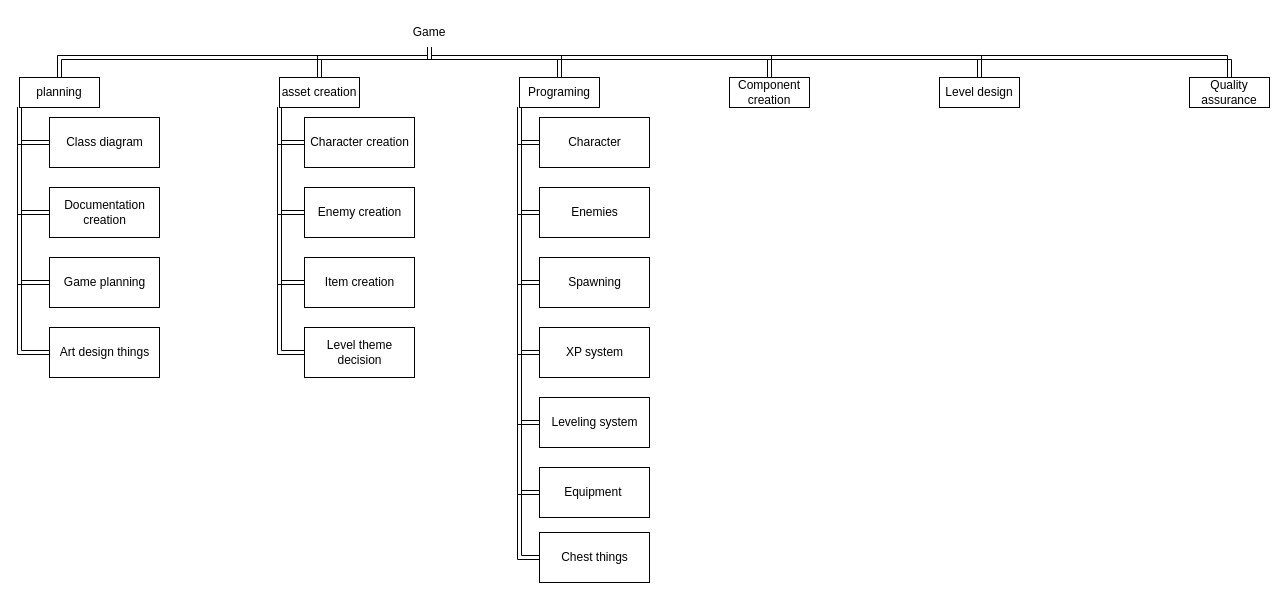
Above: Documentation files/WBS.drawio in Ulibomber1/Middlespace-Survivor (draw.io), before the change. Source tidied: cells renumbered, new cells numbered last; positions are measured from the earlier drawing's top-left corner, leaving out a move shared by most shapes. Both pictures are drawn from the tidied source at 100%, with x=0, y=0 at pixel (19, 17).
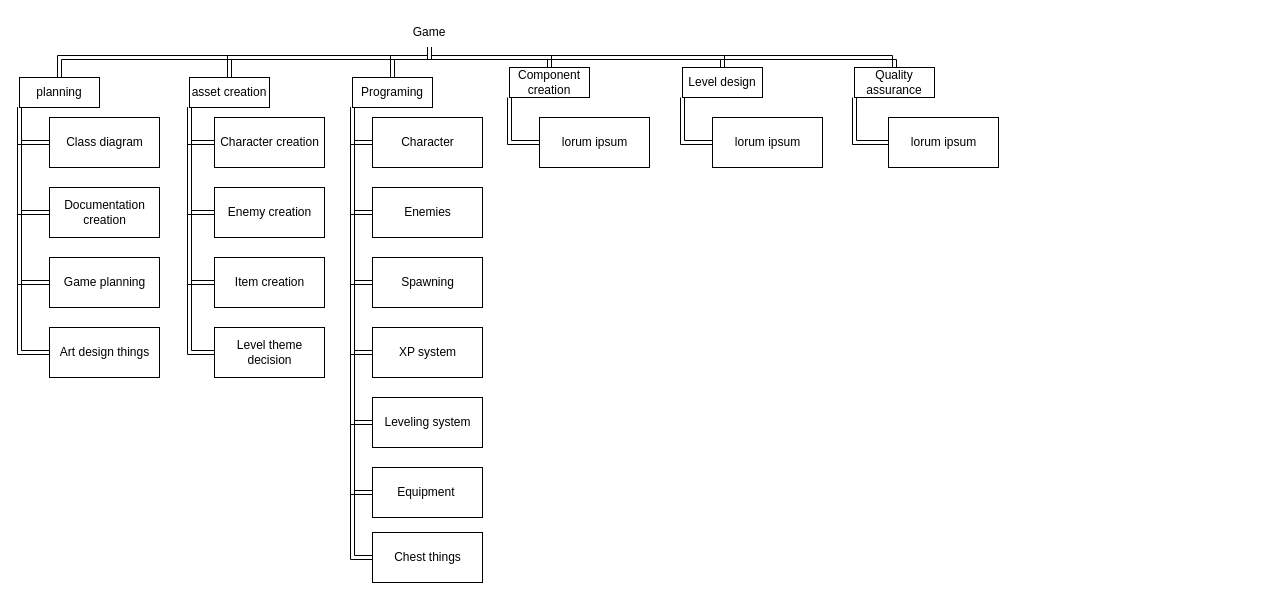
The same diagram, later.

Commit message (it also covers changes not shown here):
made it more compact

Unchanged cells that the change refers to:
```xml
<mxCell id="7" value="Game" style="text;html=1;strokeColor=none;fillColor=none;align=center;verticalAlign=middle;whiteSpace=wrap;rounded=0;" parent="1" vertex="1">
  <mxGeometry x="380" width="60" height="30" as="geometry" />
</mxCell>
```

What changed in the source:
```diff
@@
     <mxCell id="3" style="edgeStyle=orthogonalEdgeStyle;shape=link;rounded=0;jettySize=auto;html=1;exitX=0.5;exitY=1;exitDx=0;exitDy=0;entryX=0.5;entryY=0;entryDx=0;entryDy=0;" parent="1" edge="1" source="7" target="17">
       <mxGeometry relative="1" as="geometry">
         <Array as="points">
           <mxPoint x="410" y="40" />
-          <mxPoint x="300" y="40" />
+          <mxPoint x="210" y="40" />
         </Array>
       </mxGeometry>
     </mxCell>
     <mxCell id="4" style="edgeStyle=orthogonalEdgeStyle;shape=link;rounded=0;jettySize=auto;html=1;exitX=0.5;exitY=1;exitDx=0;exitDy=0;entryX=0.5;entryY=0;entryDx=0;entryDy=0;" parent="1" edge="1" source="7" target="26">
       <mxGeometry relative="1" as="geometry">
         <Array as="points">
           <mxPoint x="410" y="40" />
-          <mxPoint x="750" y="40" />
+          <mxPoint x="530" y="40" />
         </Array>
       </mxGeometry>
     </mxCell>
@@
     <mxCell id="6" style="edgeStyle=orthogonalEdgeStyle;shape=link;rounded=0;jettySize=auto;html=1;exitX=0.5;exitY=1;exitDx=0;exitDy=0;entryX=0.5;entryY=0;entryDx=0;entryDy=0;" parent="1" edge="1" source="7" target="25">
       <mxGeometry relative="1" as="geometry">
         <Array as="points">
           <mxPoint x="410" y="40" />
-          <mxPoint x="540" y="40" />
+          <mxPoint x="373" y="40" />
         </Array>
       </mxGeometry>
     </mxCell>
@@
     <mxCell id="17" value="asset creation" style="rounded=0;whiteSpace=wrap;html=1;" parent="1" vertex="1">
-      <mxGeometry x="260" y="60" width="80" height="30" as="geometry" />
+      <mxGeometry x="170" y="60" width="80" height="30" as="geometry" />
     </mxCell>
@@
     <mxCell id="25" value="Programing" style="rounded=0;whiteSpace=wrap;html=1;" parent="1" vertex="1">
-      <mxGeometry x="500" y="60" width="80" height="30" as="geometry" />
+      <mxGeometry x="333" y="60" width="80" height="30" as="geometry" />
     </mxCell>
+    <mxCell id="45" style="edgeStyle=orthogonalEdgeStyle;shape=link;rounded=0;jettySize=auto;html=1;exitX=0;exitY=1;exitDx=0;exitDy=0;entryX=0;entryY=0.5;entryDx=0;entryDy=0;" parent="1" edge="1" source="26" target="48">
+      <mxGeometry relative="1" as="geometry" />
+    </mxCell>
     <mxCell id="26" value="Component creation" style="rounded=0;whiteSpace=wrap;html=1;" parent="1" vertex="1">
-      <mxGeometry x="710" y="60" width="80" height="30" as="geometry" />
+      <mxGeometry x="490" y="50" width="80" height="30" as="geometry" />
     </mxCell>
+    <mxCell id="46" style="edgeStyle=orthogonalEdgeStyle;shape=link;rounded=0;jettySize=auto;html=1;exitX=0;exitY=1;exitDx=0;exitDy=0;entryX=0;entryY=0.5;entryDx=0;entryDy=0;" parent="1" edge="1" source="27" target="50">
+      <mxGeometry relative="1" as="geometry" />
+    </mxCell>
     <mxCell id="27" value="Quality assurance" style="rounded=0;whiteSpace=wrap;html=1;" parent="1" vertex="1">
-      <mxGeometry x="1170" y="60" width="80" height="30" as="geometry" />
+      <mxGeometry x="835" y="50" width="80" height="30" as="geometry" />
     </mxCell>
     <mxCell id="28" style="edgeStyle=orthogonalEdgeStyle;shape=link;rounded=0;jettySize=auto;html=1;exitX=0.5;exitY=1;exitDx=0;exitDy=0;entryX=0.5;entryY=0;entryDx=0;entryDy=0;endArrow=none;" parent="1" edge="1" source="7" target="29">
       <mxGeometry relative="1" as="geometry">
         <Array as="points">
           <mxPoint x="410" y="40" />
-          <mxPoint x="960" y="40" />
+          <mxPoint x="703" y="40" />
         </Array>
       </mxGeometry>
     </mxCell>
+    <mxCell id="47" style="edgeStyle=orthogonalEdgeStyle;shape=link;rounded=0;jettySize=auto;html=1;exitX=0;exitY=1;exitDx=0;exitDy=0;entryX=0;entryY=0.5;entryDx=0;entryDy=0;" parent="1" edge="1" source="29" target="49">
+      <mxGeometry relative="1" as="geometry" />
+    </mxCell>
     <mxCell id="29" value="Level design" style="rounded=0;whiteSpace=wrap;html=1;" parent="1" vertex="1">
-      <mxGeometry x="920" y="60" width="80" height="30" as="geometry" />
+      <mxGeometry x="663" y="50" width="80" height="30" as="geometry" />
     </mxCell>
@@
     <mxCell id="33" value="Character creation" style="html=1;" parent="1" vertex="1">
-      <mxGeometry x="285" y="100" width="110" height="50" as="geometry" />
+      <mxGeometry x="195" y="100" width="110" height="50" as="geometry" />
     </mxCell>
     <mxCell id="34" value="Enemy creation" style="html=1;" parent="1" vertex="1">
-      <mxGeometry x="285" y="170" width="110" height="50" as="geometry" />
+      <mxGeometry x="195" y="170" width="110" height="50" as="geometry" />
     </mxCell>
@@
     <mxCell id="36" value="Item creation" style="html=1;" parent="1" vertex="1">
-      <mxGeometry x="285" y="240" width="110" height="50" as="geometry" />
+      <mxGeometry x="195" y="240" width="110" height="50" as="geometry" />
     </mxCell>
     <mxCell id="37" value="Level theme &lt;br&gt;decision" style="html=1;" parent="1" vertex="1">
-      <mxGeometry x="285" y="310" width="110" height="50" as="geometry" />
+      <mxGeometry x="195" y="310" width="110" height="50" as="geometry" />
     </mxCell>
     <mxCell id="38" value="Character" style="html=1;" parent="1" vertex="1">
-      <mxGeometry x="520" y="100" width="110" height="50" as="geometry" />
+      <mxGeometry x="353" y="100" width="110" height="50" as="geometry" />
     </mxCell>
     <mxCell id="39" value="Enemies" style="html=1;" parent="1" vertex="1">
-      <mxGeometry x="520" y="170" width="110" height="50" as="geometry" />
+      <mxGeometry x="353" y="170" width="110" height="50" as="geometry" />
     </mxCell>
     <mxCell id="40" value="Spawning" style="html=1;" parent="1" vertex="1">
-      <mxGeometry x="520" y="240" width="110" height="50" as="geometry" />
+      <mxGeometry x="353" y="240" width="110" height="50" as="geometry" />
     </mxCell>
     <mxCell id="41" value="XP system" style="html=1;" parent="1" vertex="1">
-      <mxGeometry x="520" y="310" width="110" height="50" as="geometry" />
+      <mxGeometry x="353" y="310" width="110" height="50" as="geometry" />
     </mxCell>
     <mxCell id="42" value="Leveling system" style="html=1;" parent="1" vertex="1">
-      <mxGeometry x="520" y="380" width="110" height="50" as="geometry" />
+      <mxGeometry x="353" y="380" width="110" height="50" as="geometry" />
     </mxCell>
     <mxCell id="43" value="Equipment&amp;nbsp;" style="html=1;" parent="1" vertex="1">
-      <mxGeometry x="520" y="450" width="110" height="50" as="geometry" />
+      <mxGeometry x="353" y="450" width="110" height="50" as="geometry" />
     </mxCell>
     <mxCell id="44" value="Chest things" style="html=1;" parent="1" vertex="1">
-      <mxGeometry x="520" y="515" width="110" height="50" as="geometry" />
+      <mxGeometry x="353" y="515" width="110" height="50" as="geometry" />
     </mxCell>
+    <mxCell id="48" value="lorum ipsum" style="html=1;" parent="1" vertex="1">
+      <mxGeometry x="520" y="100" width="110" height="50" as="geometry" />
+    </mxCell>
+    <mxCell id="49" value="lorum ipsum" style="html=1;" parent="1" vertex="1">
+      <mxGeometry x="693" y="100" width="110" height="50" as="geometry" />
+    </mxCell>
+    <mxCell id="50" value="lorum ipsum" style="html=1;" parent="1" vertex="1">
+      <mxGeometry x="869" y="100" width="110" height="50" as="geometry" />
+    </mxCell>
```
